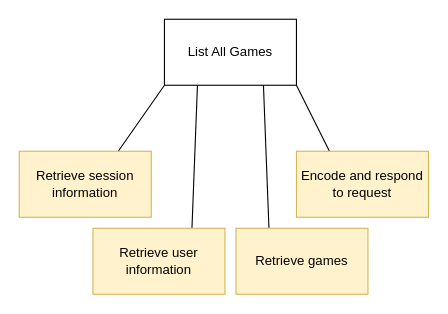
Above: public/nea/StructuredGameListing.drawio in Ultrasonic1209/chess-app-frontend (draw.io), before the change. Source tidied: cells renumbered, new cells numbered last; positions are measured from the earlier drawing's top-left corner, leaving out a move shared by most shapes. Both pictures are drawn from the tidied source at 110%, with x=0, y=0 at pixel (19, 19).
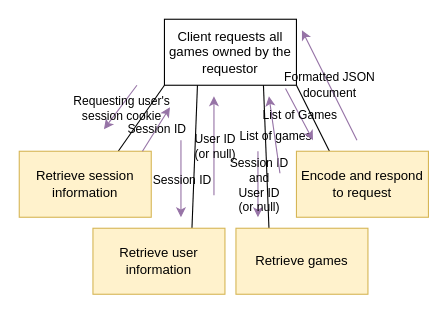
Above is the later version.

Change to the diagram source:
```diff
@@
-    <mxCell id="2" value="List All Games" style="rounded=0;whiteSpace=wrap;html=1;" parent="1" vertex="1">
+    <mxCell id="2" value="Client requests all games owned by the requestor" style="rounded=0;whiteSpace=wrap;html=1;" parent="1" vertex="1">
       <mxGeometry x="132" width="120" height="60" as="geometry" />
     </mxCell>
@@
+    <mxCell id="11" style="endArrow=classic;html=1;rounded=0;fillColor=#e1d5e7;strokeColor=#9673a6;" parent="1" edge="1">
+      <mxGeometry relative="1" as="geometry">
+        <mxPoint x="107" y="60" as="sourcePoint" />
+        <mxPoint x="77" y="100" as="targetPoint" />
+      </mxGeometry>
+    </mxCell>
+    <mxCell id="12" value="Requesting user's&lt;br&gt;session cookie" style="edgeLabel;html=1;align=center;verticalAlign=middle;labelBackgroundColor=none;" parent="11" vertex="1">
+      <mxGeometry relative="1" as="geometry" />
+    </mxCell>
+    <mxCell id="13" style="endArrow=classic;html=1;rounded=0;fillColor=#e1d5e7;strokeColor=#9673a6;" parent="1" edge="1">
+      <mxGeometry relative="1" as="geometry">
+        <mxPoint x="112" y="120" as="sourcePoint" />
+        <mxPoint x="137" y="80" as="targetPoint" />
+      </mxGeometry>
+    </mxCell>
+    <mxCell id="14" value="Session ID" style="edgeLabel;html=1;align=center;verticalAlign=middle;labelBackgroundColor=none;" parent="13" vertex="1">
+      <mxGeometry relative="1" as="geometry" />
+    </mxCell>
+    <mxCell id="15" style="endArrow=classic;html=1;rounded=0;fillColor=#e1d5e7;strokeColor=#9673a6;" parent="1" edge="1">
+      <mxGeometry relative="1" as="geometry">
+        <mxPoint x="147" y="110" as="sourcePoint" />
+        <mxPoint x="147" y="180" as="targetPoint" />
+      </mxGeometry>
+    </mxCell>
+    <mxCell id="16" value="Session ID" style="edgeLabel;html=1;align=center;verticalAlign=middle;labelBackgroundColor=none;" parent="15" vertex="1">
+      <mxGeometry relative="1" as="geometry" />
+    </mxCell>
+    <mxCell id="17" style="endArrow=classic;html=1;rounded=0;fillColor=#e1d5e7;strokeColor=#9673a6;" parent="1" edge="1">
+      <mxGeometry relative="1" as="geometry">
+        <mxPoint x="177" y="160" as="sourcePoint" />
+        <mxPoint x="177" y="70" as="targetPoint" />
+      </mxGeometry>
+    </mxCell>
+    <mxCell id="18" value="User ID&lt;br&gt;(or null)" style="edgeLabel;html=1;align=center;verticalAlign=middle;labelBackgroundColor=none;" parent="17" vertex="1">
+      <mxGeometry relative="1" as="geometry" />
+    </mxCell>
+    <mxCell id="19" style="endArrow=classic;html=1;rounded=0;fillColor=#e1d5e7;strokeColor=#9673a6;" parent="1" edge="1">
+      <mxGeometry relative="1" as="geometry">
+        <mxPoint x="217" y="120" as="sourcePoint" />
+        <mxPoint x="217" y="180" as="targetPoint" />
+      </mxGeometry>
+    </mxCell>
+    <mxCell id="20" value="Session ID&lt;br&gt;and&lt;br&gt;User ID&lt;br&gt;(or null)" style="edgeLabel;html=1;align=center;verticalAlign=middle;labelBackgroundColor=none;" parent="19" vertex="1">
+      <mxGeometry relative="1" as="geometry" />
+    </mxCell>
+    <mxCell id="21" style="endArrow=classic;html=1;rounded=0;fillColor=#e1d5e7;strokeColor=#9673a6;" parent="1" edge="1">
+      <mxGeometry relative="1" as="geometry">
+        <mxPoint x="237" y="140" as="sourcePoint" />
+        <mxPoint x="227" y="70" as="targetPoint" />
+      </mxGeometry>
+    </mxCell>
+    <mxCell id="22" value="List of games" style="edgeLabel;html=1;align=center;verticalAlign=middle;labelBackgroundColor=none;" parent="21" vertex="1">
+      <mxGeometry relative="1" as="geometry" />
+    </mxCell>
+    <mxCell id="23" style="endArrow=classic;html=1;rounded=0;fillColor=#e1d5e7;strokeColor=#9673a6;exitX=0.917;exitY=1.05;exitDx=0;exitDy=0;exitPerimeter=0;" parent="1" edge="1" source="2">
+      <mxGeometry relative="1" as="geometry">
+        <mxPoint x="267" y="110" as="targetPoint" />
+      </mxGeometry>
+    </mxCell>
+    <mxCell id="24" value="List of Games" style="edgeLabel;html=1;align=center;verticalAlign=middle;labelBackgroundColor=none;" parent="23" vertex="1">
+      <mxGeometry relative="1" as="geometry" />
+    </mxCell>
+    <mxCell id="25" style="endArrow=classic;html=1;rounded=0;fillColor=#e1d5e7;strokeColor=#9673a6;" parent="1" edge="1">
+      <mxGeometry relative="1" as="geometry">
+        <mxPoint x="307" y="110" as="sourcePoint" />
+        <mxPoint x="257" y="10" as="targetPoint" />
+      </mxGeometry>
+    </mxCell>
+    <mxCell id="26" value="Formatted JSON&lt;br&gt;document" style="edgeLabel;html=1;align=center;verticalAlign=middle;labelBackgroundColor=none;" parent="25" vertex="1">
+      <mxGeometry relative="1" as="geometry" />
+    </mxCell>
```
